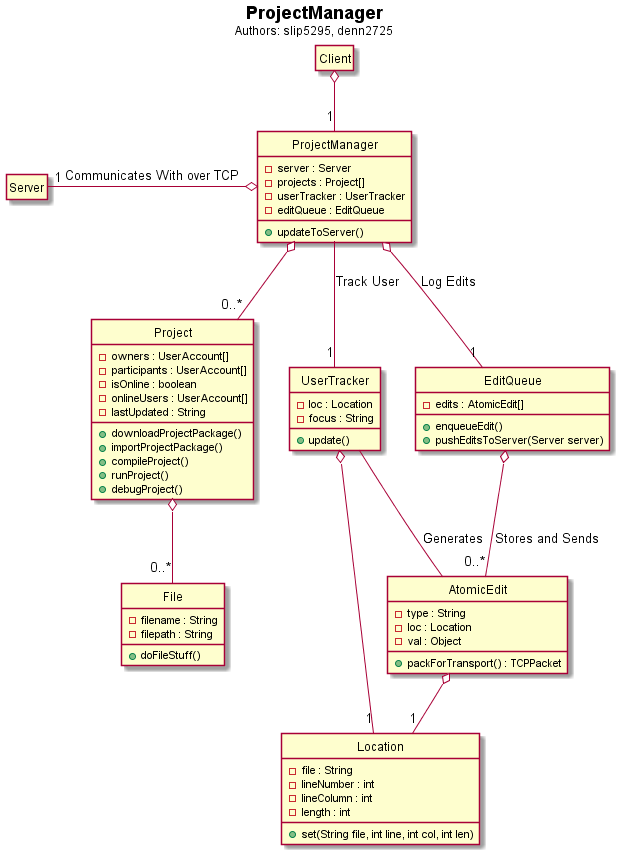
Earlier version of the PlantUML export hw3/Client/client_project.png (voxelv/sQuire_kw).
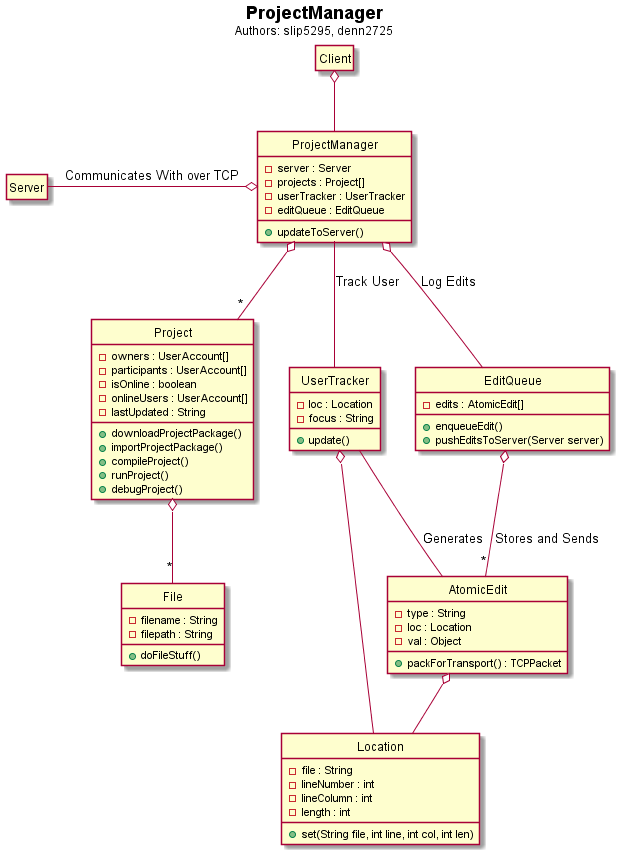
The same diagram one commit later.

Change to the diagram source:
```diff
@@ -63,22 +63,22 @@
     +set(String file, int line, int col, int len)
 }
 
-sq_c o-- "1" sq_projmgr
+sq_c o-- sq_projmgr
 
-sq_projmgr o-left- "1" sq_server : Communicates With over TCP
+sq_projmgr o-left- sq_server : Communicates With over TCP
 
-sq_projmgr -- "1" projmgr_utrack : Track User
-sq_projmgr o-- "1" projmgr_editq : Log Edits
-sq_projmgr o-- "0..*" proj
+sq_projmgr -- projmgr_utrack : Track User
+sq_projmgr o-- projmgr_editq : Log Edits
+sq_projmgr o-- "*" proj
 
-proj o-- "0..*" file
+proj o-- "*" file
 
-projmgr_editq o-- "0..*" editq_atomedit : Stores and Sends
+projmgr_editq o-- "*" editq_atomedit : Stores and Sends
 
-projmgr_utrack o-- "1" loc
+projmgr_utrack o-- loc
 projmgr_utrack -- editq_atomedit : Generates
 
-editq_atomedit o-- "1" loc
+editq_atomedit o-- loc
 
 
 
```
